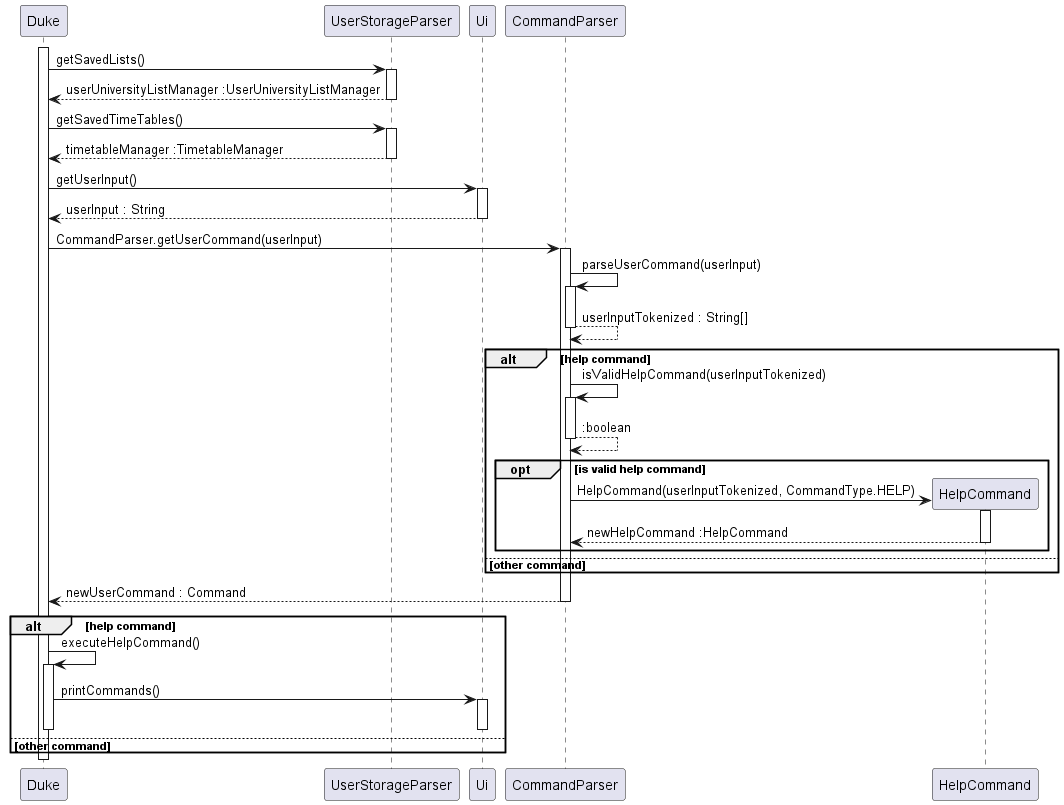
Above: docs/images/HelpCommand_Sequence.png in nus-cs2113-AY2223S1/tp (PlantUML), before the change.
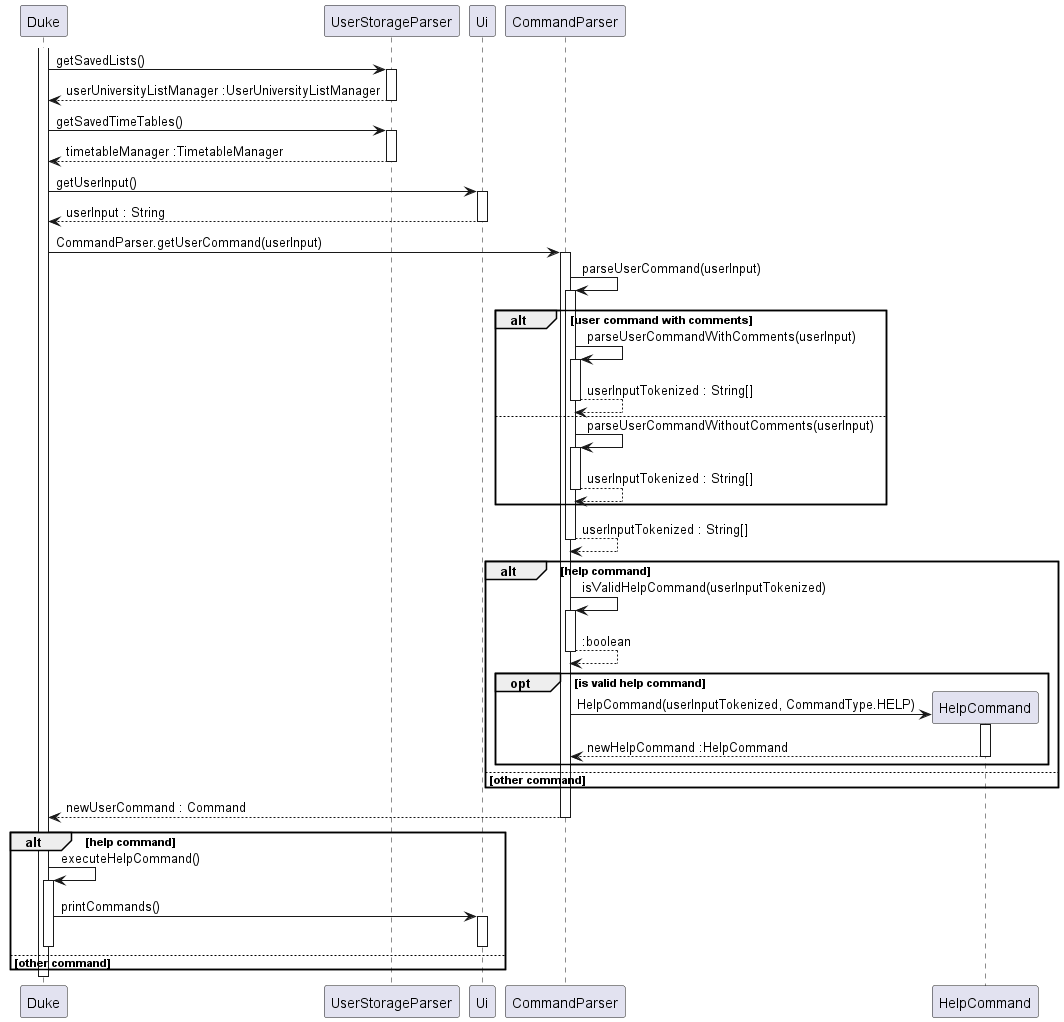
Later version of the same file.

Change to the diagram source:
```diff
@@ -25,6 +25,21 @@
 
 CommandParser -> CommandParser : parseUserCommand(userInput)
 activate CommandParser
+
+alt user command with comments
+    CommandParser -> CommandParser : parseUserCommandWithComments(userInput)
+    activate CommandParser
+
+    CommandParser --> CommandParser : userInputTokenized : String[]
+    deactivate CommandParser
+
+else
+    CommandParser -> CommandParser : parseUserCommandWithoutComments(userInput)
+    activate CommandParser
+
+    CommandParser --> CommandParser : userInputTokenized : String[]
+    deactivate CommandParser
+end
 
 CommandParser --> CommandParser : userInputTokenized : String[]
 deactivate CommandParser
@@ -64,11 +79,9 @@
 
    deactivate Ui
 
+deactivate Duke
 else other command
-deactivate Duke
-
 end
-
 deactivate Duke
 
 @enduml
```
